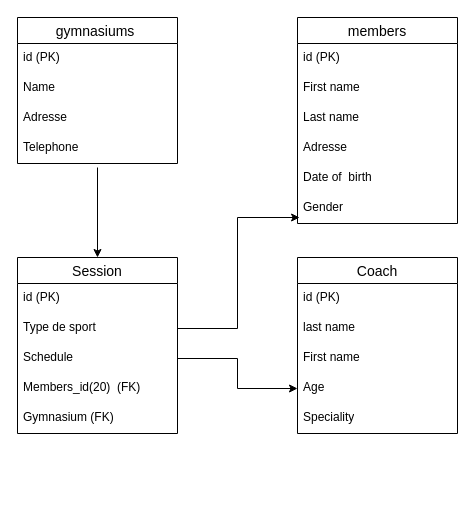
Above: Untitled Diagram.drawio in Mrsoufixx/entityCheck (draw.io), before the change. Source tidied: cells renumbered, new cells numbered last; positions are measured from the earlier drawing's top-left corner, leaving out a move shared by most shapes. Both pictures are drawn from the tidied source at 100%, with x=0, y=0 at pixel (17, 17).
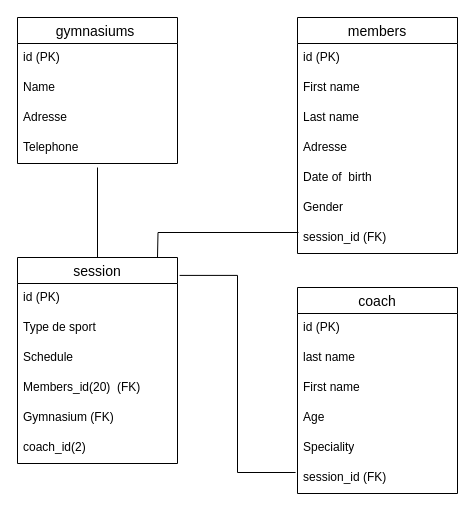
The same diagram, later.

Unchanged cells that the change refers to:
```xml
<mxCell id="13" value="Gender" style="text;strokeColor=none;fillColor=none;spacingLeft=4;spacingRight=4;overflow=hidden;points=[[0,0.5],[1,0.5]];portConstraint=eastwest;fontSize=12;whiteSpace=wrap;html=1;" parent="7" vertex="1">
  <mxGeometry y="176" width="160" height="30" as="geometry" />
</mxCell>
<mxCell id="16" value="Type de sport" style="text;strokeColor=none;fillColor=none;spacingLeft=4;spacingRight=4;overflow=hidden;points=[[0,0.5],[1,0.5]];portConstraint=eastwest;fontSize=12;whiteSpace=wrap;html=1;" parent="14" vertex="1">
  <mxGeometry y="56" width="160" height="30" as="geometry" />
</mxCell>
<mxCell id="17" value="Schedule" style="text;strokeColor=none;fillColor=none;spacingLeft=4;spacingRight=4;overflow=hidden;points=[[0,0.5],[1,0.5]];portConstraint=eastwest;fontSize=12;whiteSpace=wrap;html=1;" parent="14" vertex="1">
  <mxGeometry y="86" width="160" height="30" as="geometry" />
</mxCell>
<mxCell id="24" value="Age" style="text;strokeColor=none;fillColor=none;spacingLeft=4;spacingRight=4;overflow=hidden;points=[[0,0.5],[1,0.5]];portConstraint=eastwest;fontSize=12;whiteSpace=wrap;html=1;" parent="20" vertex="1">
  <mxGeometry y="116" width="160" height="30" as="geometry" />
</mxCell>
```

The edit, as a diff of the source:
```diff
@@
     <mxCell id="7" value="members" style="swimlane;fontStyle=0;horizontal=1;startSize=26;align=center;fontSize=14;" parent="1" vertex="1">
-      <mxGeometry x="280" width="160" height="206" as="geometry" />
+      <mxGeometry x="280" width="160" height="236" as="geometry" />
     </mxCell>
@@
+    <mxCell id="29" value="session_id (FK)" style="text;strokeColor=none;fillColor=none;spacingLeft=4;spacingRight=4;overflow=hidden;points=[[0,0.5],[1,0.5]];portConstraint=eastwest;fontSize=12;whiteSpace=wrap;html=1;" parent="7" vertex="1">
+      <mxGeometry y="206" width="160" height="30" as="geometry" />
+    </mxCell>
-    <mxCell id="14" value="Session" style="swimlane;fontStyle=0;horizontal=1;startSize=26;align=center;fontSize=14;" parent="1" vertex="1">
-      <mxGeometry y="240" width="160" height="176" as="geometry" />
+    <mxCell id="14" value="session" style="swimlane;fontStyle=0;horizontal=1;startSize=26;align=center;fontSize=14;" parent="1" vertex="1">
+      <mxGeometry y="240" width="160" height="206" as="geometry" />
     </mxCell>
@@
+    <mxCell id="30" value="coach_id(2)" style="text;strokeColor=none;fillColor=none;spacingLeft=4;spacingRight=4;overflow=hidden;fontSize=12;whiteSpace=wrap;html=1;" parent="14" vertex="1">
+      <mxGeometry y="176" width="160" height="30" as="geometry" />
+    </mxCell>
-    <mxCell id="20" value="Coach" style="swimlane;fontStyle=0;horizontal=1;startSize=26;align=center;fontSize=14;" parent="1" vertex="1">
-      <mxGeometry x="280" y="240" width="160" height="176" as="geometry" />
+    <mxCell id="20" value="coach" style="swimlane;fontStyle=0;horizontal=1;startSize=26;align=center;fontSize=14;" parent="1" vertex="1">
+      <mxGeometry x="280" y="270" width="160" height="206" as="geometry" />
     </mxCell>
@@
+    <mxCell id="31" value="session_id (FK)" style="text;strokeColor=none;fillColor=none;spacingLeft=4;spacingRight=4;overflow=hidden;points=[[0,0.5],[1,0.5]];portConstraint=eastwest;fontSize=12;whiteSpace=wrap;html=1;" parent="20" vertex="1">
+      <mxGeometry y="176" width="160" height="30" as="geometry" />
+    </mxCell>
-    <mxCell id="26" style="edgeStyle=orthogonalEdgeStyle;rounded=0;jettySize=auto;html=1;" parent="1" edge="1" target="14">
+    <mxCell id="26" style="edgeStyle=orthogonalEdgeStyle;rounded=0;jettySize=auto;html=1;endArrow=none;endFill=0;" parent="1" edge="1" target="14">
       <mxGeometry relative="1" as="geometry">
         <mxPoint x="80" y="150" as="sourcePoint" />
         <Array as="points">
           <mxPoint x="80" y="150" />
           <mxPoint x="80" y="150" />
         </Array>
       </mxGeometry>
     </mxCell>
-    <mxCell id="27" style="edgeStyle=orthogonalEdgeStyle;rounded=0;jettySize=auto;html=1;exitX=1;exitY=0.5;exitDx=0;exitDy=0;entryX=0.013;entryY=0.8;entryDx=0;entryDy=0;entryPerimeter=0;" parent="1" edge="1" source="16" target="13">
-      <mxGeometry relative="1" as="geometry" />
+    <mxCell id="27" style="edgeStyle=orthogonalEdgeStyle;rounded=0;jettySize=auto;html=1;entryX=0.006;entryY=0.3;entryDx=0;entryDy=0;entryPerimeter=0;endArrow=none;endFill=0;" parent="1" edge="1" target="29">
+      <mxGeometry relative="1" as="geometry">
+        <mxPoint x="140" y="240" as="sourcePoint" />
+      </mxGeometry>
     </mxCell>
-    <mxCell id="28" style="edgeStyle=orthogonalEdgeStyle;rounded=0;jettySize=auto;html=1;exitX=1;exitY=0.5;exitDx=0;exitDy=0;entryX=0;entryY=0.5;entryDx=0;entryDy=0;" parent="1" edge="1" source="17" target="24">
+    <mxCell id="28" style="edgeStyle=orthogonalEdgeStyle;rounded=0;jettySize=auto;html=1;exitX=1.013;exitY=0.087;exitDx=0;exitDy=0;entryX=-0.012;entryY=0.3;entryDx=0;entryDy=0;endArrow=none;endFill=0;exitPerimeter=0;entryPerimeter=0;" parent="1" edge="1" source="14" target="31">
       <mxGeometry relative="1" as="geometry" />
     </mxCell>
```
